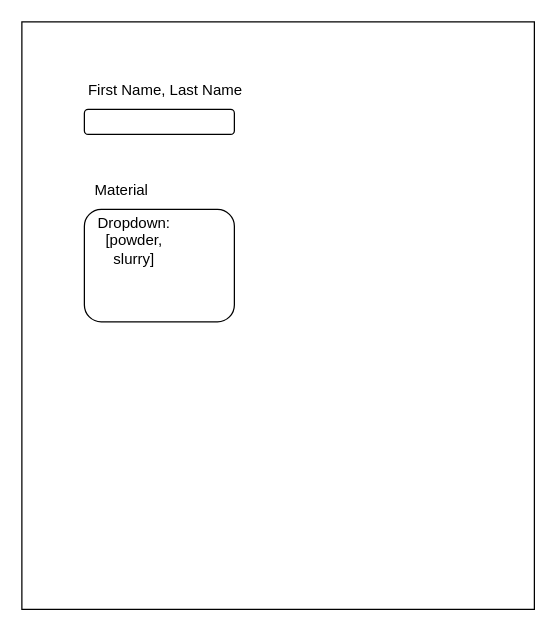
Earlier version of the draw.io diagram GUI_example.drawio (raviapatel/rilem_metadata_tool). Source tidied: cells renumbered, new cells numbered last; positions are measured from the earlier drawing's top-left corner, leaving out a move shared by most shapes. Both pictures are drawn from the tidied source at 125%, with x=0, y=0 at pixel (21, 21).
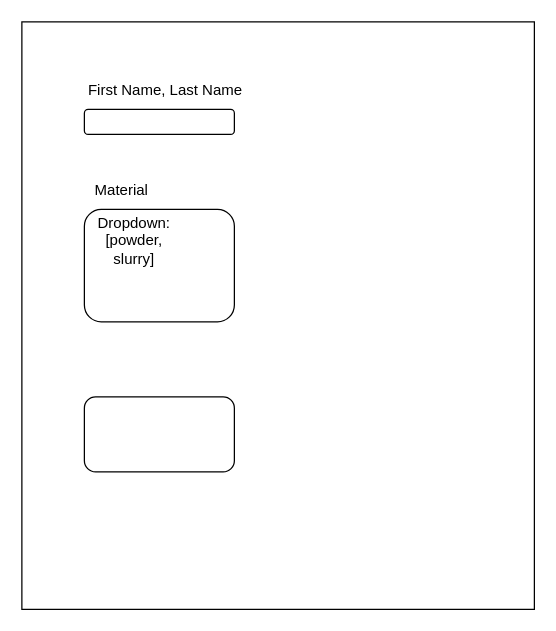
Above is the later version.

Change to the diagram source:
```diff
@@
 <mxGraphModel>
   <root>
     <mxCell id="0" />
     <mxCell id="1" parent="0" />
     <mxCell id="2" style="rounded=0;whiteSpace=wrap;html=1;" parent="1" vertex="1">
       <mxGeometry width="410" height="470" as="geometry" />
     </mxCell>
     <mxCell id="3" style="rounded=1;whiteSpace=wrap;html=1;" parent="1" vertex="1">
       <mxGeometry x="50" y="70" width="120" height="20" as="geometry" />
     </mxCell>
     <mxCell id="4" value="First Name, Last Name" style="text;html=1;align=center;verticalAlign=middle;whiteSpace=wrap;rounded=0;" parent="1" vertex="1">
       <mxGeometry x="30" y="40" width="170" height="30" as="geometry" />
     </mxCell>
     <mxCell id="5" style="rounded=1;whiteSpace=wrap;html=1;" parent="1" vertex="1">
       <mxGeometry x="50" y="150" width="120" height="90" as="geometry" />
     </mxCell>
     <mxCell id="6" value="Material" style="text;html=1;align=center;verticalAlign=middle;whiteSpace=wrap;rounded=0;" parent="1" vertex="1">
       <mxGeometry x="50" y="120" width="60" height="30" as="geometry" />
     </mxCell>
     <mxCell id="7" value="Dropdown:&lt;div&gt;[powder, slurry]&lt;/div&gt;" style="text;html=1;align=center;verticalAlign=middle;whiteSpace=wrap;rounded=0;" parent="1" vertex="1">
       <mxGeometry x="60" y="160" width="60" height="30" as="geometry" />
     </mxCell>
+    <mxCell id="8" style="rounded=1;whiteSpace=wrap;html=1;" parent="1" vertex="1">
+      <mxGeometry x="50" y="300" width="120" height="60" as="geometry" />
+    </mxCell>
   </root>
 </mxGraphModel>
```
